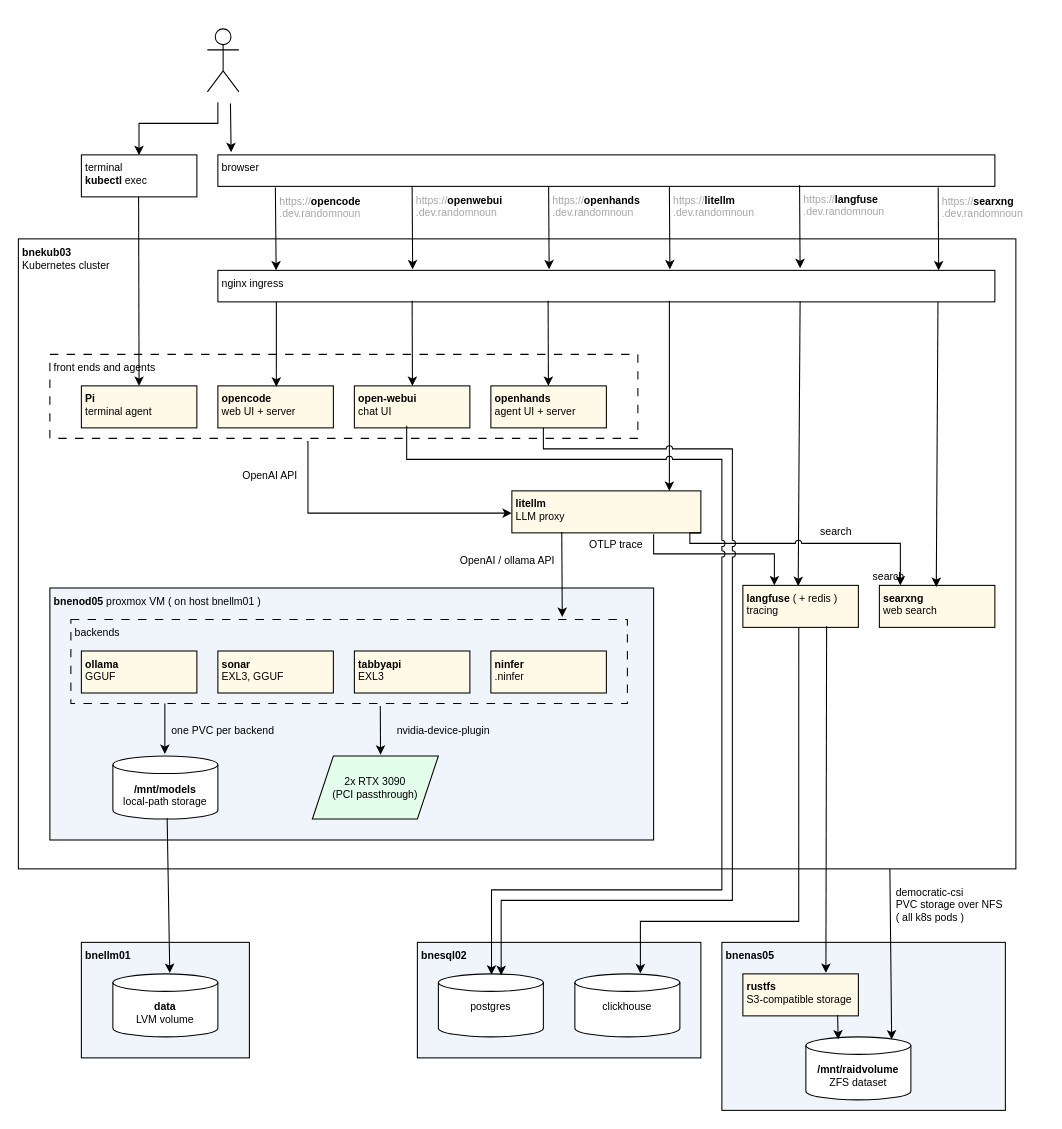
The draw.io diagram setup/image/llm-architecture-2.drawio in randomnoun/bookcase-ops, before the edit. Source tidied: cells renumbered, new cells numbered last; positions are measured from the earlier drawing's top-left corner, leaving out a move shared by most shapes. Both pictures are drawn from the tidied source at 105%, with x=0, y=0 at pixel (18, 28).
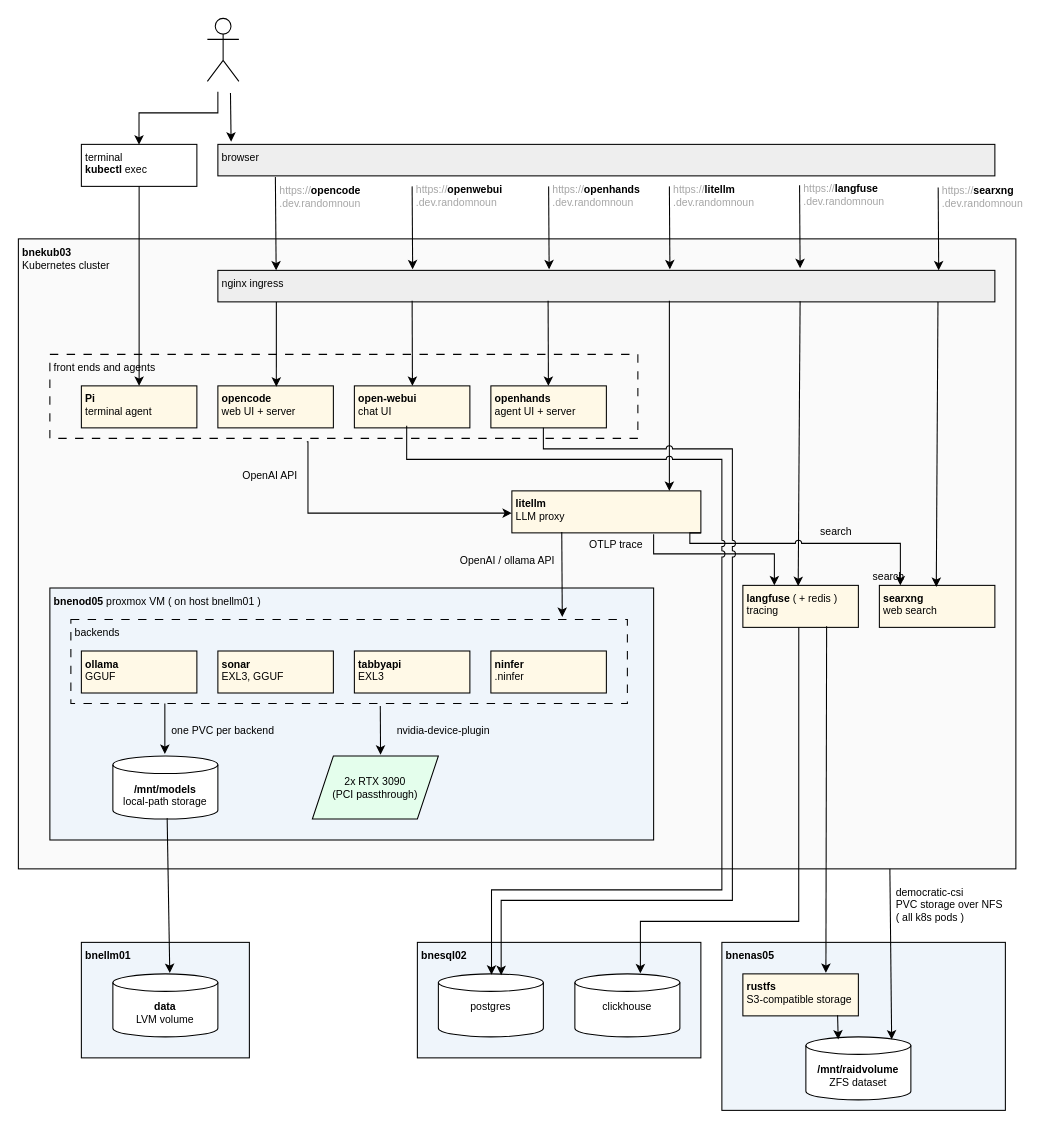
The same page after the edit.

Commit message (it also covers changes not shown here):
higher-res png

Unchanged cells that the change refers to:
```xml
<mxCell id="6" value="&lt;b&gt;Pi&lt;/b&gt;&lt;div&gt;terminal agent&lt;/div&gt;" style="rounded=0;whiteSpace=wrap;html=1;verticalAlign=top;align=left;fillColor=#FFF9E7;fontSize=10;spacingLeft=2;" parent="1" vertex="1">
  <mxGeometry x="60" y="340" width="110" height="40" as="geometry" />
</mxCell>
```

The edit, as a diff of the source:
```diff
@@
-    <mxCell id="2" value="&lt;div&gt;&lt;b&gt;bnekub03&lt;/b&gt;&lt;/div&gt;Kubernetes cluster&amp;nbsp;" style="rounded=0;whiteSpace=wrap;html=1;align=left;verticalAlign=top;fontSize=10;spacingTop=1;spacingLeft=2;fillColor=none;" parent="1" vertex="1">
+    <mxCell id="2" value="&lt;div&gt;&lt;b&gt;bnekub03&lt;/b&gt;&lt;/div&gt;Kubernetes cluster&amp;nbsp;" style="rounded=0;whiteSpace=wrap;html=1;align=left;verticalAlign=top;fontSize=10;spacingTop=1;spacingLeft=2;fillColor=#FAFAFA;" parent="1" vertex="1">
       <mxGeometry y="200" width="950" height="600" as="geometry" />
     </mxCell>
     <mxCell id="3" style="shape=umlActor;verticalLabelPosition=bottom;verticalAlign=top;html=1;labelPerimeter=1;" parent="1" vertex="1">
-      <mxGeometry x="180" width="30" height="60" as="geometry" />
+      <mxGeometry x="180" y="-10" width="30" height="60" as="geometry" />
     </mxCell>
-    <mxCell id="4" value="nginx ingress" style="rounded=0;whiteSpace=wrap;html=1;align=left;verticalAlign=top;fontSize=10;spacingLeft=2;" parent="1" vertex="1">
+    <mxCell id="4" value="nginx ingress" style="rounded=0;whiteSpace=wrap;html=1;align=left;verticalAlign=top;fontSize=10;spacingLeft=2;fillColor=#EEEEEE;" parent="1" vertex="1">
       <mxGeometry x="190" y="230" width="740" height="30" as="geometry" />
     </mxCell>
@@
     <mxCell id="24" style="endArrow=classic;html=1;rounded=0;defaultLabelBackgroundColor=page;edgeStyle=orthogonalEdgeStyle;entryX=0.499;entryY=0.007;entryDx=0;entryDy=0;entryPerimeter=0;" parent="1" edge="1" target="71">
       <mxGeometry x="0.45" relative="1" as="geometry">
-        <mxPoint x="190" y="70" as="sourcePoint" />
+        <mxPoint x="190" y="60" as="sourcePoint" />
         <Array as="points">
-          <mxPoint x="190" y="90" />
-          <mxPoint x="114.9" y="90" />
+          <mxPoint x="190" y="80" />
+          <mxPoint x="114.9" y="80" />
         </Array>
       </mxGeometry>
     </mxCell>
@@
     <mxCell id="57" style="endArrow=classic;html=1;rounded=0;defaultLabelBackgroundColor=page;entryX=0.017;entryY=-0.083;entryDx=0;entryDy=0;entryPerimeter=0;" parent="1" edge="1">
       <mxGeometry relative="1" as="geometry">
-        <mxPoint x="202" y="71" as="sourcePoint" />
-        <mxPoint x="202.6" y="117.5" as="targetPoint" />
+        <mxPoint x="202" y="61" as="sourcePoint" />
+        <mxPoint x="202.6" y="107.5" as="targetPoint" />
       </mxGeometry>
     </mxCell>
-    <mxCell id="58" value="browser" style="rounded=0;whiteSpace=wrap;html=1;align=left;verticalAlign=top;fontSize=10;spacingLeft=2;" parent="1" vertex="1">
-      <mxGeometry x="190" y="120" width="740" height="30" as="geometry" />
+    <mxCell id="58" value="browser" style="rounded=0;whiteSpace=wrap;html=1;align=left;verticalAlign=top;fontSize=10;spacingLeft=2;fillColor=#EEEEEE;" parent="1" vertex="1">
+      <mxGeometry x="190" y="110" width="740" height="30" as="geometry" />
     </mxCell>
@@
     <mxCell id="60" value="https://&lt;b style=&quot;color: rgb(0, 0, 0);&quot;&gt;opencode&lt;/b&gt;&lt;br&gt;.dev.randomnoun" style="text;html=1;whiteSpace=wrap;strokeColor=none;fillColor=none;align=left;verticalAlign=top;rounded=0;fontSize=10;spacingLeft=2;spacingTop=2;fontColor=#A6A6A6;" parent="1" vertex="1">
-      <mxGeometry x="245" y="150" width="100" height="30" as="geometry" />
+      <mxGeometry x="245" y="140" width="100" height="30" as="geometry" />
     </mxCell>
@@
     <mxCell id="62" value="https://&lt;b style=&quot;color: rgb(0, 0, 0);&quot;&gt;openwebui&lt;/b&gt;&lt;br&gt;.dev.randomnoun" style="text;html=1;whiteSpace=wrap;strokeColor=none;fillColor=none;align=left;verticalAlign=top;rounded=0;fontSize=10;spacingLeft=2;spacingTop=2;fontColor=#A6A6A6;" parent="1" vertex="1">
-      <mxGeometry x="375" y="149" width="100" height="30" as="geometry" />
+      <mxGeometry x="375" y="139" width="100" height="30" as="geometry" />
     </mxCell>
@@
     <mxCell id="64" value="https://&lt;b style=&quot;color: rgb(0, 0, 0);&quot;&gt;openhands&lt;/b&gt;&lt;br&gt;.dev.randomnoun" style="text;html=1;whiteSpace=wrap;strokeColor=none;fillColor=none;align=left;verticalAlign=top;rounded=0;fontSize=10;spacingLeft=2;spacingTop=2;fontColor=#A6A6A6;" parent="1" vertex="1">
-      <mxGeometry x="505" y="149" width="100" height="30" as="geometry" />
+      <mxGeometry x="505" y="139" width="100" height="30" as="geometry" />
     </mxCell>
@@
     <mxCell id="66" value="https://&lt;b style=&quot;color: rgb(0, 0, 0);&quot;&gt;litellm&lt;/b&gt;&lt;br&gt;.dev.randomnoun" style="text;html=1;whiteSpace=wrap;strokeColor=none;fillColor=none;align=left;verticalAlign=top;rounded=0;fontSize=10;spacingLeft=2;spacingTop=2;fontColor=#A6A6A6;" parent="1" vertex="1">
-      <mxGeometry x="620" y="149" width="100" height="30" as="geometry" />
+      <mxGeometry x="620" y="139" width="100" height="30" as="geometry" />
     </mxCell>
@@
     <mxCell id="68" value="https://&lt;b style=&quot;color: rgb(0, 0, 0);&quot;&gt;langfuse&lt;/b&gt;&lt;br&gt;.dev.randomnoun" style="text;html=1;whiteSpace=wrap;strokeColor=none;fillColor=none;align=left;verticalAlign=top;rounded=0;fontSize=10;spacingLeft=2;spacingTop=2;fontColor=#A6A6A6;" parent="1" vertex="1">
-      <mxGeometry x="744" y="148" width="100" height="30" as="geometry" />
+      <mxGeometry x="744" y="138" width="100" height="30" as="geometry" />
     </mxCell>
@@
     <mxCell id="70" value="https://&lt;b style=&quot;color: rgb(0, 0, 0);&quot;&gt;searxng&lt;/b&gt;&lt;br&gt;.dev.randomnoun" style="text;html=1;whiteSpace=wrap;strokeColor=none;fillColor=none;align=left;verticalAlign=top;rounded=0;fontSize=10;spacingLeft=2;spacingTop=2;fontColor=#A6A6A6;" parent="1" vertex="1">
-      <mxGeometry x="876" y="150" width="100" height="30" as="geometry" />
+      <mxGeometry x="876" y="140" width="100" height="30" as="geometry" />
     </mxCell>
     <mxCell id="71" value="terminal&lt;br&gt;&lt;b&gt;kubectl &lt;/b&gt;exec" style="rounded=0;whiteSpace=wrap;html=1;align=left;verticalAlign=top;fontSize=10;spacingLeft=2;" parent="1" vertex="1">
-      <mxGeometry x="60" y="120" width="110" height="40" as="geometry" />
+      <mxGeometry x="60" y="110" width="110" height="40" as="geometry" />
     </mxCell>
-    <mxCell id="72" style="endArrow=classic;html=1;rounded=0;defaultLabelBackgroundColor=page;exitX=0.074;exitY=1.037;exitDx=0;exitDy=0;exitPerimeter=0;" parent="1" edge="1" target="6">
-      <mxGeometry relative="1" as="geometry">
-        <mxPoint x="114.5" y="160" as="sourcePoint" />
-      </mxGeometry>
+    <mxCell id="72" style="endArrow=classic;html=1;rounded=0;defaultLabelBackgroundColor=page;" parent="1" edge="1" source="71" target="6">
+      <mxGeometry relative="1" as="geometry" />
     </mxCell>
```
